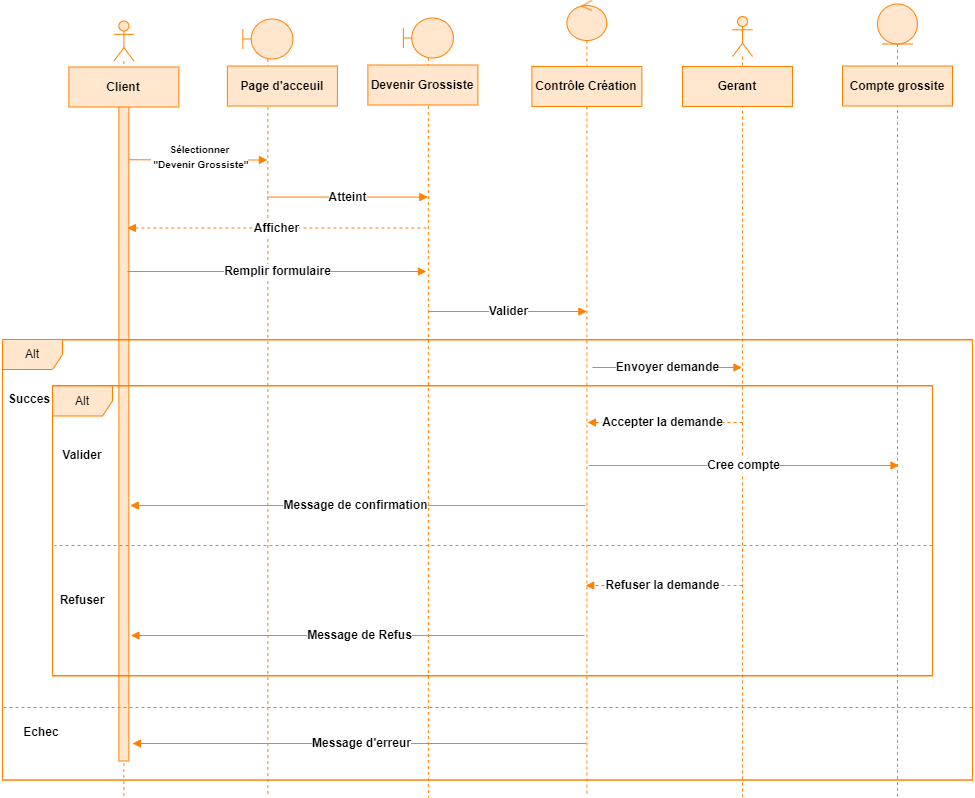
Above: images/Devenir un grossiste d.png in alizhassane/pfe (draw.io), before the change. Source tidied: cells renumbered, new cells last; positions are measured from the earlier drawing's top-left corner, leaving out a move shared by most shapes.
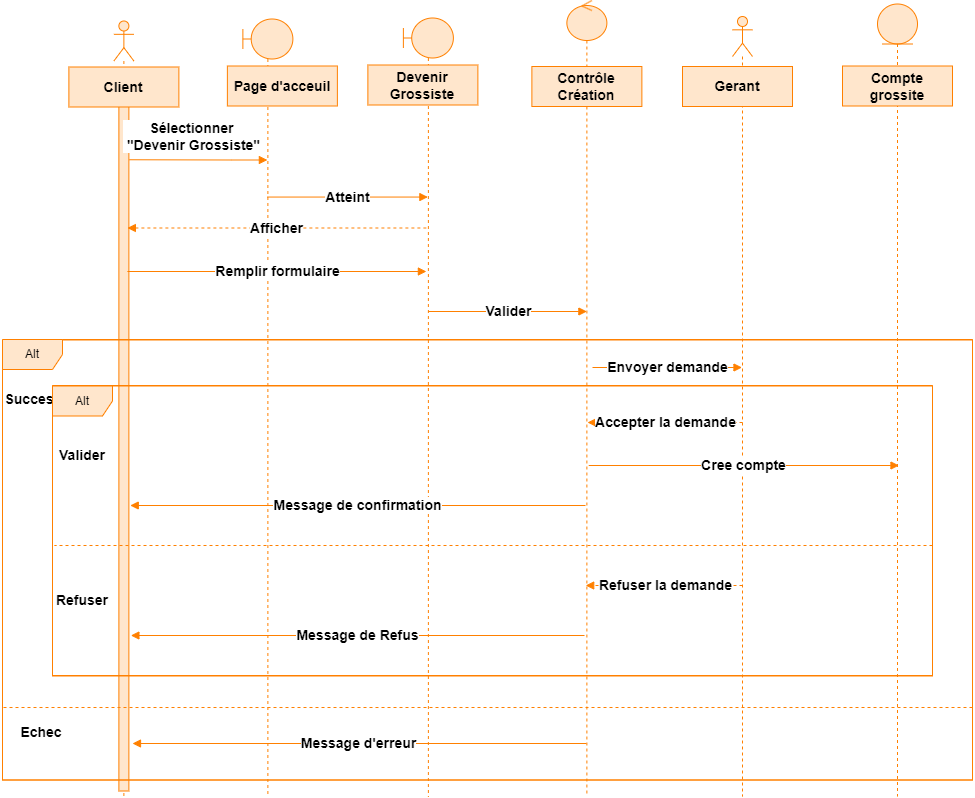
Later version of the same file.

Diff of the diagram source:
```diff
@@ -6,7 +6,7 @@
       <mxGeometry x="114.4" y="20.5" width="20" height="775.5" as="geometry" />
     </mxCell>
     <mxCell id="3" style="html=1;perimeter=orthogonalPerimeter;targetShapes=umlLifeline;newEdgeStyle={&quot;curved&quot;:0,&quot;rounded&quot;:0};fillColor=#FFE6CC;strokeColor=#FF8000;align=center;verticalAlign=middle;fontFamily=Helvetica;fontSize=12;fontColor=default;fontStyle=1;" parent="2" vertex="1">
-      <mxGeometry x="5" y="70" width="10" height="670" as="geometry" />
+      <mxGeometry x="5" y="70" width="10" height="700" as="geometry" />
     </mxCell>
     <mxCell id="4" style="shape=umlLifeline;perimeter=lifelinePerimeter;whiteSpace=wrap;html=1;newEdgeStyle={&quot;curved&quot;:0,&quot;rounded&quot;:0};participant=umlBoundary;strokeColor=#FF8000;align=center;verticalAlign=middle;fontFamily=Helvetica;fontSize=12;fontColor=default;fontStyle=1;fillColor=#FFE6CC;" parent="1" vertex="1">
       <mxGeometry x="403.9" y="17.5" width="50" height="778.5" as="geometry" />
@@ -20,23 +20,23 @@
     <mxCell id="7" style="shape=umlLifeline;perimeter=lifelinePerimeter;whiteSpace=wrap;html=1;newEdgeStyle={&quot;curved&quot;:0,&quot;rounded&quot;:0};participant=umlControl;strokeColor=#FF8000;align=center;verticalAlign=middle;fontFamily=Helvetica;fontSize=12;fontColor=default;fontStyle=1;fillColor=#FFE6CC;" parent="1" vertex="1">
       <mxGeometry x="567.4" width="40" height="796" as="geometry" />
     </mxCell>
-    <mxCell id="8" value="Client" style="rounded=0;whiteSpace=wrap;html=1;fillColor=#FFE6CC;strokeColor=#FF8000;align=center;verticalAlign=middle;fontFamily=Helvetica;fontSize=12;fontColor=default;fontStyle=1;" parent="1" vertex="1">
+    <mxCell id="8" value="&lt;font style=&quot;font-size: 14px;&quot;&gt;Client&lt;/font&gt;" style="rounded=0;whiteSpace=wrap;html=1;fillColor=#FFE6CC;strokeColor=#FF8000;align=center;verticalAlign=middle;fontFamily=Helvetica;fontSize=12;fontColor=default;fontStyle=1;" parent="1" vertex="1">
       <mxGeometry x="69.4" y="66.5" width="110" height="40" as="geometry" />
     </mxCell>
-    <mxCell id="9" value="Contrôle Création" style="rounded=0;whiteSpace=wrap;html=1;fillColor=#FFE6CC;strokeColor=#FF8000;align=center;verticalAlign=middle;fontFamily=Helvetica;fontSize=12;fontColor=default;fontStyle=1;" parent="1" vertex="1">
+    <mxCell id="9" value="&lt;font style=&quot;font-size: 14px;&quot;&gt;Contrôle Création&lt;/font&gt;" style="rounded=0;whiteSpace=wrap;html=1;fillColor=#FFE6CC;strokeColor=#FF8000;align=center;verticalAlign=middle;fontFamily=Helvetica;fontSize=12;fontColor=default;fontStyle=1;" parent="1" vertex="1">
       <mxGeometry x="532.4" y="66" width="110" height="40" as="geometry" />
     </mxCell>
-    <mxCell id="10" value="Compte grossite" style="rounded=0;whiteSpace=wrap;html=1;fillColor=#FFE6CC;strokeColor=#FF8000;align=center;verticalAlign=middle;fontFamily=Helvetica;fontSize=12;fontColor=default;fontStyle=1;" parent="1" vertex="1">
+    <mxCell id="10" value="&lt;font style=&quot;font-size: 14px;&quot;&gt;Compte grossite&lt;/font&gt;" style="rounded=0;whiteSpace=wrap;html=1;fillColor=#FFE6CC;strokeColor=#FF8000;align=center;verticalAlign=middle;fontFamily=Helvetica;fontSize=12;fontColor=default;fontStyle=1;" parent="1" vertex="1">
       <mxGeometry x="843" y="65.5" width="110" height="40" as="geometry" />
     </mxCell>
-    <mxCell id="11" value="Devenir Grossiste" style="rounded=0;whiteSpace=wrap;html=1;fillColor=#FFE6CC;strokeColor=#FF8000;align=center;verticalAlign=middle;fontFamily=Helvetica;fontSize=12;fontColor=default;fontStyle=1;" parent="1" vertex="1">
+    <mxCell id="11" value="&lt;font style=&quot;font-size: 14px;&quot;&gt;Devenir Grossiste&lt;/font&gt;" style="rounded=0;whiteSpace=wrap;html=1;fillColor=#FFE6CC;strokeColor=#FF8000;align=center;verticalAlign=middle;fontFamily=Helvetica;fontSize=12;fontColor=default;fontStyle=1;" parent="1" vertex="1">
       <mxGeometry x="368.4" y="64.5" width="110" height="40" as="geometry" />
     </mxCell>
-    <mxCell id="12" value="Page d'acceuil" style="rounded=0;whiteSpace=wrap;html=1;fillColor=#FFE6CC;strokeColor=#FF8000;align=center;verticalAlign=middle;fontFamily=Helvetica;fontSize=12;fontColor=default;fontStyle=1;" parent="1" vertex="1">
+    <mxCell id="12" value="&lt;font style=&quot;font-size: 14px;&quot;&gt;Page d'acceuil&lt;/font&gt;" style="rounded=0;whiteSpace=wrap;html=1;fillColor=#FFE6CC;strokeColor=#FF8000;align=center;verticalAlign=middle;fontFamily=Helvetica;fontSize=12;fontColor=default;fontStyle=1;" parent="1" vertex="1">
       <mxGeometry x="227.9" y="65.5" width="110" height="40" as="geometry" />
     </mxCell>
-    <mxCell id="13" value="&lt;span style=&quot;font-size: 10px;&quot;&gt;Sélectionner&lt;/span&gt;&lt;div&gt;&lt;span style=&quot;font-size: 10px;&quot;&gt;&amp;nbsp;&quot;Devenir Grossiste&quot;&lt;/span&gt;&lt;/div&gt;" style="html=1;verticalAlign=middle;endArrow=block;curved=0;rounded=0;strokeColor=#FF8000;align=center;fontFamily=Helvetica;fontSize=12;fontColor=default;fontStyle=1;fillColor=#FFE6CC;" parent="1" edge="1">
-      <mxGeometry x="0.05" y="3" relative="1" as="geometry">
+    <mxCell id="13" value="&lt;font style=&quot;font-size: 14px;&quot;&gt;Sélectionner&lt;/font&gt;&lt;div&gt;&lt;font style=&quot;font-size: 14px;&quot;&gt;&amp;nbsp;&quot;Devenir Grossiste&quot;&lt;/font&gt;&lt;/div&gt;" style="html=1;verticalAlign=middle;endArrow=block;curved=0;rounded=0;strokeColor=#FF8000;align=center;fontFamily=Helvetica;fontSize=12;fontColor=default;fontStyle=1;fillColor=#FFE6CC;" parent="1" edge="1">
+      <mxGeometry x="-0.09" y="23" relative="1" as="geometry">
         <mxPoint x="129.9" y="159.2" as="sourcePoint" />
         <mxPoint x="267.9" y="159.5" as="targetPoint" />
         <Array as="points">
@@ -44,25 +44,25 @@
         </Array>
       </mxGeometry>
     </mxCell>
-    <mxCell id="14" value="Atteint" style="html=1;verticalAlign=middle;endArrow=block;curved=0;rounded=0;strokeColor=#FF8000;align=center;fontFamily=Helvetica;fontSize=12;fontColor=default;fontStyle=1;fillColor=#FFE6CC;" parent="1" edge="1">
+    <mxCell id="14" value="&lt;font style=&quot;font-size: 14px;&quot;&gt;Atteint&lt;/font&gt;" style="html=1;verticalAlign=middle;endArrow=block;curved=0;rounded=0;strokeColor=#FF8000;align=center;fontFamily=Helvetica;fontSize=12;fontColor=default;fontStyle=1;fillColor=#FFE6CC;" parent="1" edge="1">
       <mxGeometry relative="1" as="geometry">
         <mxPoint x="267.9" y="196.6" as="sourcePoint" />
         <mxPoint x="428.4" y="196.6" as="targetPoint" />
       </mxGeometry>
     </mxCell>
-    <mxCell id="15" value="Afficher" style="html=1;verticalAlign=middle;endArrow=block;curved=0;rounded=0;dashed=1;strokeColor=#FF8000;align=center;fontFamily=Helvetica;fontSize=12;fontColor=default;fontStyle=1;fillColor=#FFE6CC;" parent="1" edge="1">
+    <mxCell id="15" value="&lt;font style=&quot;font-size: 14px;&quot;&gt;Afficher&lt;/font&gt;" style="html=1;verticalAlign=middle;endArrow=block;curved=0;rounded=0;dashed=1;strokeColor=#FF8000;align=center;fontFamily=Helvetica;fontSize=12;fontColor=default;fontStyle=1;fillColor=#FFE6CC;" parent="1" edge="1">
       <mxGeometry relative="1" as="geometry">
         <mxPoint x="426.9" y="227.5" as="sourcePoint" />
         <mxPoint x="127.9" y="227.5" as="targetPoint" />
       </mxGeometry>
     </mxCell>
-    <mxCell id="16" value="Remplir formulaire" style="html=1;verticalAlign=middle;endArrow=block;curved=0;rounded=0;strokeColor=#FF8000;align=center;fontFamily=Helvetica;fontSize=12;fontColor=default;fontStyle=1;fillColor=#FFE6CC;" parent="1" edge="1">
+    <mxCell id="16" value="&lt;font style=&quot;font-size: 14px;&quot;&gt;Remplir formulaire&lt;/font&gt;" style="html=1;verticalAlign=middle;endArrow=block;curved=0;rounded=0;strokeColor=#FF8000;align=center;fontFamily=Helvetica;fontSize=12;fontColor=default;fontStyle=1;fillColor=#FFE6CC;" parent="1" edge="1">
       <mxGeometry relative="1" as="geometry">
         <mxPoint x="127.9" y="271" as="sourcePoint" />
         <mxPoint x="426.9" y="271" as="targetPoint" />
       </mxGeometry>
     </mxCell>
-    <mxCell id="17" value="Valider" style="html=1;verticalAlign=middle;endArrow=block;curved=0;rounded=0;strokeColor=#FF8000;align=center;fontFamily=Helvetica;fontSize=12;fontColor=default;fontStyle=1;fillColor=#FFE6CC;" parent="1" edge="1">
+    <mxCell id="17" value="&lt;font style=&quot;font-size: 14px;&quot;&gt;Valider&lt;/font&gt;" style="html=1;verticalAlign=middle;endArrow=block;curved=0;rounded=0;strokeColor=#FF8000;align=center;fontFamily=Helvetica;fontSize=12;fontColor=default;fontStyle=1;fillColor=#FFE6CC;" parent="1" edge="1">
       <mxGeometry relative="1" as="geometry">
         <mxPoint x="428.9" y="311" as="sourcePoint" />
         <mxPoint x="587.4" y="311" as="targetPoint" />
@@ -71,15 +71,15 @@
     <mxCell id="18" style="swimlane;startSize=0;fillColor=#FFE6CC;strokeColor=#FF8000;align=center;verticalAlign=middle;fontFamily=Helvetica;fontSize=12;fontColor=default;fontStyle=1;" parent="1" vertex="1">
       <mxGeometry x="3" y="339.5" width="970" height="440" as="geometry" />
     </mxCell>
-    <mxCell id="19" value="&lt;b&gt;Succes&lt;/b&gt;" style="text;html=1;align=center;verticalAlign=middle;whiteSpace=wrap;rounded=0;fontFamily=Helvetica;fontSize=12;fontColor=default;fontStyle=1;" parent="18" vertex="1">
+    <mxCell id="19" value="&lt;b&gt;&lt;font style=&quot;font-size: 14px;&quot;&gt;Succes&lt;/font&gt;&lt;/b&gt;" style="text;html=1;align=center;verticalAlign=middle;whiteSpace=wrap;rounded=0;fontFamily=Helvetica;fontSize=12;fontColor=default;fontStyle=1;" parent="18" vertex="1">
       <mxGeometry x="-2.8" y="44.5" width="60" height="30" as="geometry" />
     </mxCell>
-    <mxCell id="20" value="Envoyer demande" style="html=1;verticalAlign=middle;endArrow=block;curved=0;rounded=0;strokeColor=#FF8000;align=center;fontFamily=Helvetica;fontSize=12;fontColor=default;fontStyle=1;fillColor=#FFE6CC;" parent="18" edge="1" target="25">
+    <mxCell id="20" value="&lt;font style=&quot;font-size: 14px;&quot;&gt;Envoyer demande&lt;/font&gt;" style="html=1;verticalAlign=middle;endArrow=block;curved=0;rounded=0;strokeColor=#FF8000;align=center;fontFamily=Helvetica;fontSize=12;fontColor=default;fontStyle=1;fillColor=#FFE6CC;" parent="18" edge="1" target="25">
       <mxGeometry relative="1" as="geometry">
         <mxPoint x="590" y="27.5" as="sourcePoint" />
       </mxGeometry>
     </mxCell>
-    <mxCell id="21" value="&lt;b&gt;Echec&lt;/b&gt;" style="text;html=1;align=center;verticalAlign=middle;whiteSpace=wrap;rounded=0;fontFamily=Helvetica;fontSize=12;fontColor=default;fontStyle=1;" parent="18" vertex="1">
+    <mxCell id="21" value="&lt;b&gt;&lt;font style=&quot;font-size: 14px;&quot;&gt;Echec&lt;/font&gt;&lt;/b&gt;" style="text;html=1;align=center;verticalAlign=middle;whiteSpace=wrap;rounded=0;fontFamily=Helvetica;fontSize=12;fontColor=default;fontStyle=1;" parent="18" vertex="1">
       <mxGeometry x="9.2" y="377.5" width="60" height="30" as="geometry" />
     </mxCell>
     <mxCell id="22" style="html=1;verticalAlign=middle;endArrow=none;curved=0;rounded=0;dashed=1;endFill=0;entryX=0;entryY=0.75;entryDx=0;entryDy=0;strokeColor=#FF8000;align=center;fontFamily=Helvetica;fontSize=12;fontColor=default;fontStyle=1;fillColor=#FFE6CC;" parent="18" edge="1">
@@ -97,37 +97,37 @@
     <mxCell id="25" style="shape=umlLifeline;perimeter=lifelinePerimeter;whiteSpace=wrap;html=1;outlineConnect=0;portConstraint=eastwest;newEdgeStyle={&quot;curved&quot;:0,&quot;rounded&quot;:0};participant=umlActor;strokeColor=#FF8000;align=center;verticalAlign=middle;fontFamily=Helvetica;fontSize=12;fontColor=default;fontStyle=1;fillColor=#FFE6CC;" parent="1" vertex="1">
       <mxGeometry x="733" y="16" width="20" height="780" as="geometry" />
     </mxCell>
-    <mxCell id="26" value="Gerant" style="rounded=0;whiteSpace=wrap;html=1;fillColor=#FFE6CC;strokeColor=#FF8000;align=center;verticalAlign=middle;fontFamily=Helvetica;fontSize=12;fontColor=default;fontStyle=1;" parent="1" vertex="1">
+    <mxCell id="26" value="&lt;font style=&quot;font-size: 14px;&quot;&gt;Gerant&lt;/font&gt;" style="rounded=0;whiteSpace=wrap;html=1;fillColor=#FFE6CC;strokeColor=#FF8000;align=center;verticalAlign=middle;fontFamily=Helvetica;fontSize=12;fontColor=default;fontStyle=1;" parent="1" vertex="1">
       <mxGeometry x="683" y="66" width="110" height="40" as="geometry" />
     </mxCell>
     <mxCell id="27" style="swimlane;startSize=0;strokeColor=#FF8000;align=center;verticalAlign=middle;fontFamily=Helvetica;fontSize=12;fontColor=default;fontStyle=1;fillColor=#FFE6CC;" parent="1" vertex="1">
       <mxGeometry x="53" y="385" width="880" height="290" as="geometry" />
     </mxCell>
-    <mxCell id="28" value="&lt;b&gt;Valider&lt;/b&gt;" style="text;html=1;align=center;verticalAlign=middle;whiteSpace=wrap;rounded=0;fontFamily=Helvetica;fontSize=12;fontColor=default;fontStyle=1;" parent="27" vertex="1">
+    <mxCell id="28" value="&lt;b&gt;&lt;font style=&quot;font-size: 14px;&quot;&gt;Valider&lt;/font&gt;&lt;/b&gt;" style="text;html=1;align=center;verticalAlign=middle;whiteSpace=wrap;rounded=0;fontFamily=Helvetica;fontSize=12;fontColor=default;fontStyle=1;" parent="27" vertex="1">
       <mxGeometry y="55" width="60" height="30" as="geometry" />
     </mxCell>
-    <mxCell id="29" value="&lt;b&gt;Refuser&lt;/b&gt;" style="text;html=1;align=center;verticalAlign=middle;whiteSpace=wrap;rounded=0;fontFamily=Helvetica;fontSize=12;fontColor=default;fontStyle=1;" parent="27" vertex="1">
+    <mxCell id="29" value="&lt;b&gt;&lt;font style=&quot;font-size: 14px;&quot;&gt;Refuser&lt;/font&gt;&lt;/b&gt;" style="text;html=1;align=center;verticalAlign=middle;whiteSpace=wrap;rounded=0;fontFamily=Helvetica;fontSize=12;fontColor=default;fontStyle=1;" parent="27" vertex="1">
       <mxGeometry y="200" width="60" height="30" as="geometry" />
     </mxCell>
-    <mxCell id="30" value="Accepter la demande" style="html=1;verticalAlign=middle;endArrow=block;curved=0;rounded=0;dashed=1;strokeColor=#FF8000;align=center;fontFamily=Helvetica;fontSize=12;fontColor=default;fontStyle=1;fillColor=#FFE6CC;" parent="27" edge="1">
+    <mxCell id="30" value="&lt;font style=&quot;font-size: 14px;&quot;&gt;Accepter la demande&lt;/font&gt;" style="html=1;verticalAlign=middle;endArrow=block;curved=0;rounded=0;dashed=1;strokeColor=#FF8000;align=center;fontFamily=Helvetica;fontSize=12;fontColor=default;fontStyle=1;fillColor=#FFE6CC;" parent="27" edge="1">
       <mxGeometry relative="1" as="geometry">
         <mxPoint x="690" y="37" as="sourcePoint" />
         <mxPoint x="535" y="37" as="targetPoint" />
       </mxGeometry>
     </mxCell>
-    <mxCell id="31" value="Message de confirmation" style="html=1;verticalAlign=middle;endArrow=block;curved=0;rounded=0;strokeColor=#FF8000;align=center;fontFamily=Helvetica;fontSize=12;fontColor=default;fontStyle=1;fillColor=#FFE6CC;" parent="27" edge="1">
+    <mxCell id="31" value="&lt;font style=&quot;font-size: 14px;&quot;&gt;Message de confirmation&lt;/font&gt;" style="html=1;verticalAlign=middle;endArrow=block;curved=0;rounded=0;strokeColor=#FF8000;align=center;fontFamily=Helvetica;fontSize=12;fontColor=default;fontStyle=1;fillColor=#FFE6CC;" parent="27" edge="1">
       <mxGeometry relative="1" as="geometry">
         <mxPoint x="533" y="120" as="sourcePoint" />
         <mxPoint x="77.8" y="120" as="targetPoint" />
       </mxGeometry>
     </mxCell>
-    <mxCell id="32" value="Cree compte" style="html=1;verticalAlign=middle;endArrow=block;curved=0;rounded=0;strokeColor=#FF8000;align=center;fontFamily=Helvetica;fontSize=12;fontColor=default;fontStyle=1;fillColor=#FFE6CC;" parent="27" edge="1">
+    <mxCell id="32" value="&lt;font style=&quot;font-size: 14px;&quot;&gt;Cree compte&lt;/font&gt;" style="html=1;verticalAlign=middle;endArrow=block;curved=0;rounded=0;strokeColor=#FF8000;align=center;fontFamily=Helvetica;fontSize=12;fontColor=default;fontStyle=1;fillColor=#FFE6CC;" parent="27" edge="1">
       <mxGeometry x="-0.01" relative="1" as="geometry">
         <mxPoint x="536.2" y="80" as="sourcePoint" />
         <mxPoint x="846.5" y="80" as="targetPoint" />
       </mxGeometry>
     </mxCell>
-    <mxCell id="33" value="Message de Refus" style="html=1;verticalAlign=middle;endArrow=block;curved=0;rounded=0;strokeColor=#FF8000;align=center;fontFamily=Helvetica;fontSize=12;fontColor=default;fontStyle=1;fillColor=#FFE6CC;" parent="27" edge="1">
+    <mxCell id="33" value="&lt;font style=&quot;font-size: 14px;&quot;&gt;Message de Refus&lt;/font&gt;" style="html=1;verticalAlign=middle;endArrow=block;curved=0;rounded=0;strokeColor=#FF8000;align=center;fontFamily=Helvetica;fontSize=12;fontColor=default;fontStyle=1;fillColor=#FFE6CC;" parent="27" edge="1">
       <mxGeometry relative="1" as="geometry">
         <mxPoint x="532" y="250" as="sourcePoint" />
         <mxPoint x="78.4" y="250" as="targetPoint" />
@@ -139,13 +139,13 @@
         <mxPoint x="2" y="160" as="targetPoint" />
       </mxGeometry>
     </mxCell>
-    <mxCell id="35" value="Refuser la demande" style="html=1;verticalAlign=middle;endArrow=block;curved=0;rounded=0;dashed=1;exitX=0.5;exitY=0.625;exitDx=0;exitDy=0;exitPerimeter=0;strokeColor=#FF8000;align=center;fontFamily=Helvetica;fontSize=12;fontColor=default;fontStyle=1;fillColor=#FFE6CC;" parent="27" edge="1">
+    <mxCell id="35" value="&lt;font style=&quot;font-size: 14px;&quot;&gt;Refuser la demande&lt;/font&gt;" style="html=1;verticalAlign=middle;endArrow=block;curved=0;rounded=0;dashed=1;exitX=0.5;exitY=0.625;exitDx=0;exitDy=0;exitPerimeter=0;strokeColor=#FF8000;align=center;fontFamily=Helvetica;fontSize=12;fontColor=default;fontStyle=1;fillColor=#FFE6CC;" parent="27" edge="1">
       <mxGeometry relative="1" as="geometry">
         <mxPoint x="690" y="200" as="sourcePoint" />
         <mxPoint x="533.2" y="200" as="targetPoint" />
       </mxGeometry>
     </mxCell>
-    <mxCell id="36" value="Message d'erreur" style="html=1;verticalAlign=middle;endArrow=block;curved=0;rounded=0;strokeColor=#FF8000;align=center;fontFamily=Helvetica;fontSize=12;fontColor=default;fontStyle=1;fillColor=#FFE6CC;" parent="1" edge="1">
+    <mxCell id="36" value="&lt;font style=&quot;font-size: 14px;&quot;&gt;Message d'erreur&lt;/font&gt;" style="html=1;verticalAlign=middle;endArrow=block;curved=0;rounded=0;strokeColor=#FF8000;align=center;fontFamily=Helvetica;fontSize=12;fontColor=default;fontStyle=1;fillColor=#FFE6CC;" parent="1" edge="1">
       <mxGeometry relative="1" as="geometry">
         <mxPoint x="586.9" y="743" as="sourcePoint" />
         <mxPoint x="133" y="743" as="targetPoint" />
```
